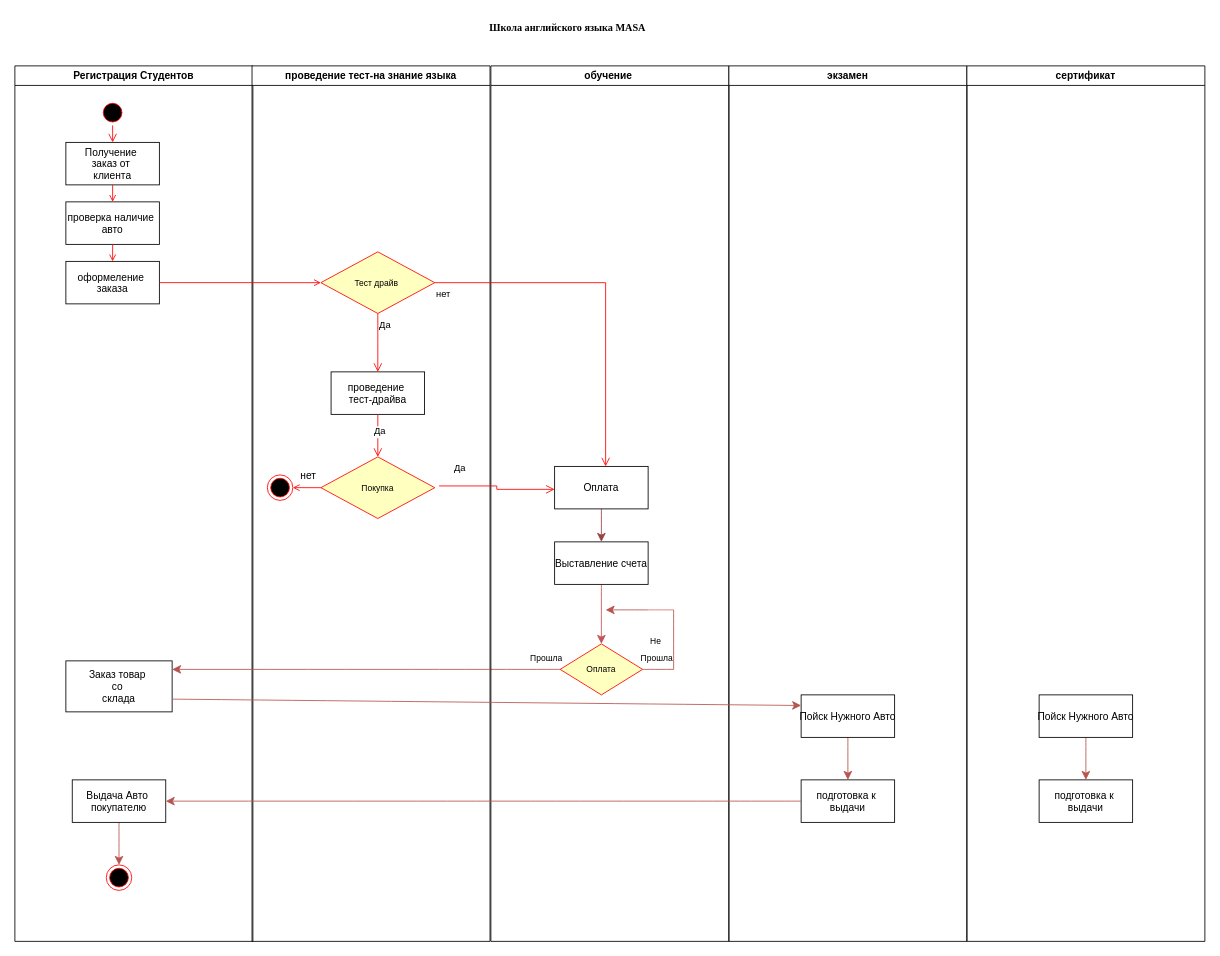
This is Masa_activity_diagram.drawio from mati-tech/draw.io, a draw.io file, before an edit. Source tidied: cells renumbered, new cells numbered last; positions are measured from the earlier drawing's top-left corner, leaving out a move shared by most shapes. Both pictures are drawn from the tidied source at 85%, with x=0, y=0 at pixel (14, 14).
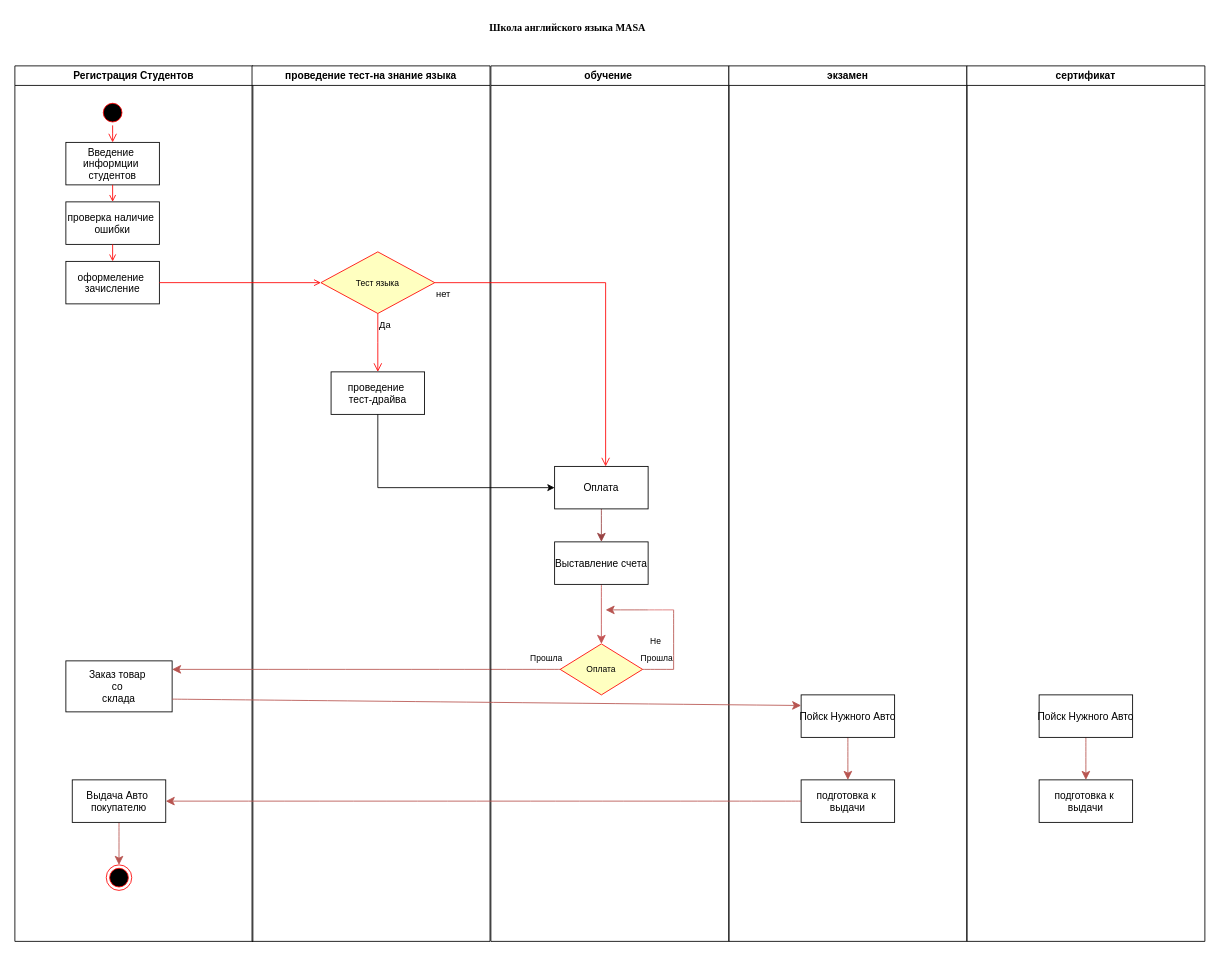
Above is the later version.

The change refers to these unchanged cells:
```xml
<mxCell id="2" value="Регистрация Студентов" style="swimlane;whiteSpace=wrap;" parent="1" vertex="1">
  <mxGeometry y="60" width="280" height="1030" as="geometry" />
</mxCell>
<mxCell id="14" value="проведение тест-на знание языка" style="swimlane;whiteSpace=wrap;" parent="1" vertex="1">
  <mxGeometry x="279" y="60" width="280" height="1030" as="geometry" />
</mxCell>
<mxCell id="17" value="проведение &#10;тест-драйва" parent="14" vertex="1">
  <mxGeometry x="93" y="360" width="110" height="50" as="geometry" />
</mxCell>
<mxCell id="24" value="обучение " style="swimlane;whiteSpace=wrap;startSize=23;" parent="1" vertex="1">
  <mxGeometry x="560" y="60" width="280" height="1030" as="geometry" />
</mxCell>
<mxCell id="27" value="Оплата" parent="24" vertex="1">
  <mxGeometry x="75" y="471.2" width="110" height="50" as="geometry" />
</mxCell>
```

What changed in the source:
```diff
@@
-    <mxCell id="5" value="Получение &#10;заказ от &#10;клиента" parent="2" vertex="1">
+    <mxCell id="5" value="Введение &#10;информции &#10;студентов" parent="2" vertex="1">
       <mxGeometry x="60" y="90" width="110" height="50" as="geometry" />
     </mxCell>
-    <mxCell id="6" value="проверка наличие &#10;авто" parent="2" vertex="1">
+    <mxCell id="6" value="проверка наличие &#10;ошибки" parent="2" vertex="1">
       <mxGeometry x="60" y="160" width="110" height="50" as="geometry" />
     </mxCell>
@@
-    <mxCell id="8" value="оформеление &#10;заказа" parent="2" vertex="1">
+    <mxCell id="8" value="оформеление &#10;зачисление" parent="2" vertex="1">
       <mxGeometry x="60" y="230" width="110" height="50" as="geometry" />
     </mxCell>
@@
-    <mxCell id="15" value="Тест драйв " style="rhombus;fillColor=#ffffc0;strokeColor=#ff0000;fontSize=10;" parent="14" vertex="1">
+    <mxCell id="15" value="Тест языка" style="rhombus;fillColor=#ffffc0;strokeColor=#ff0000;fontSize=10;" parent="14" vertex="1">
       <mxGeometry x="81" y="218.8" width="134" height="72.5" as="geometry" />
     </mxCell>
@@
-    <mxCell id="18" value="Покупка" style="rhombus;fillColor=#ffffc0;strokeColor=#ff0000;fontSize=10;" parent="14" vertex="1">
-      <mxGeometry x="81" y="460" width="134" height="72.5" as="geometry" />
-    </mxCell>
-    <mxCell id="19" value="Да " style="edgeStyle=elbowEdgeStyle;elbow=horizontal;align=left;verticalAlign=top;endArrow=open;endSize=8;strokeColor=#FF0000;endFill=1;rounded=0;entryX=0.5;entryY=0;entryDx=0;entryDy=0;exitX=0.5;exitY=1;exitDx=0;exitDy=0;" parent="14" edge="1" source="17" target="18">
-      <mxGeometry x="1" y="-74" relative="1" as="geometry">
-        <mxPoint x="68" y="-44" as="offset" />
-      </mxGeometry>
-    </mxCell>
-    <mxCell id="20" style="ellipse;shape=endState;fillColor=#000000;strokeColor=#ff0000;" parent="14" vertex="1">
-      <mxGeometry x="18" y="481.2" width="30" height="30" as="geometry" />
-    </mxCell>
-    <mxCell id="21" style="endArrow=open;strokeColor=#FF0000;endFill=1;rounded=0;exitX=0;exitY=0.5;exitDx=0;exitDy=0;" parent="14" edge="1" source="18" target="20">
-      <mxGeometry relative="1" as="geometry" />
-    </mxCell>
-    <mxCell id="22" value="нет" style="edgeLabel;html=1;align=center;verticalAlign=middle;fontSize=12;" parent="21" vertex="1">
-      <mxGeometry x="-0.08" y="1" relative="1" as="geometry">
-        <mxPoint y="-16" as="offset" />
-      </mxGeometry>
-    </mxCell>
@@
-    <mxCell id="28" value="Да " style="edgeStyle=elbowEdgeStyle;elbow=horizontal;align=left;verticalAlign=top;endArrow=open;endSize=8;strokeColor=#FF0000;endFill=1;rounded=0;entryX=-0.037;entryY=0.575;entryDx=0;entryDy=0;entryPerimeter=0;" parent="24" edge="1">
-      <mxGeometry x="-0.77" y="34" relative="1" as="geometry">
-        <mxPoint x="-60.9" y="494.2" as="sourcePoint" />
-        <mxPoint x="75" y="498.2" as="targetPoint" />
-      </mxGeometry>
-    </mxCell>
@@
+    <mxCell id="50" style="edgeStyle=orthogonalEdgeStyle;rounded=0;jettySize=auto;html=1;entryX=0;entryY=0.5;entryDx=0;entryDy=0;exitX=0.5;exitY=1;exitDx=0;exitDy=0;" parent="1" edge="1" source="17" target="27">
+      <mxGeometry relative="1" as="geometry" />
+    </mxCell>
```
